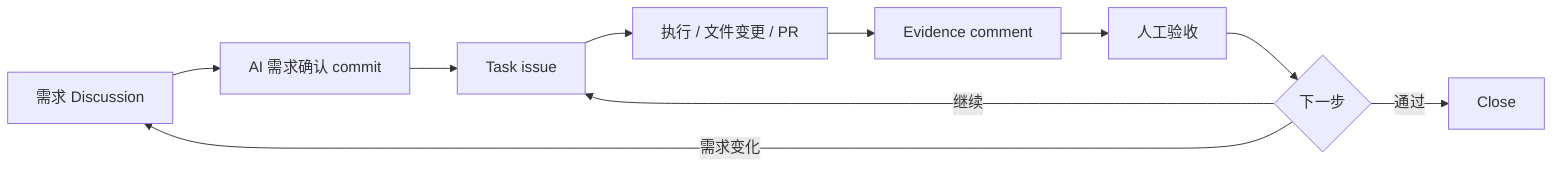
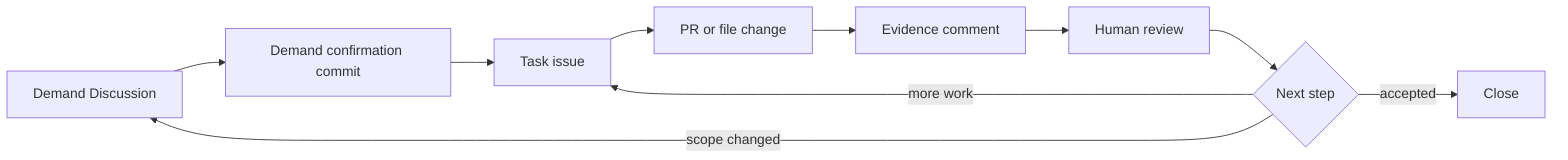
flowchart LR
-   A["需求 Discussion"] --> B["AI 需求确认 commit"]
+   A["Demand Discussion"] --> B["Demand confirmation commit"]
  B --> C["Task issue"]
-   C --> D["执行 / 文件变更 / PR"]
+   C --> D["PR or file change"]
  D --> E["Evidence comment"]
-   E --> F["人工验收"]
-   F --> G{"下一步"}
-   G -->|通过| H["Close"]
-   G -->|继续| C
-   G -->|需求变化| A
+   E --> F["Human review"]
+   F --> G{"Next step"}
+   G -->|accepted| H["Close"]
+   G -->|more work| C
+   G -->|scope changed| A
